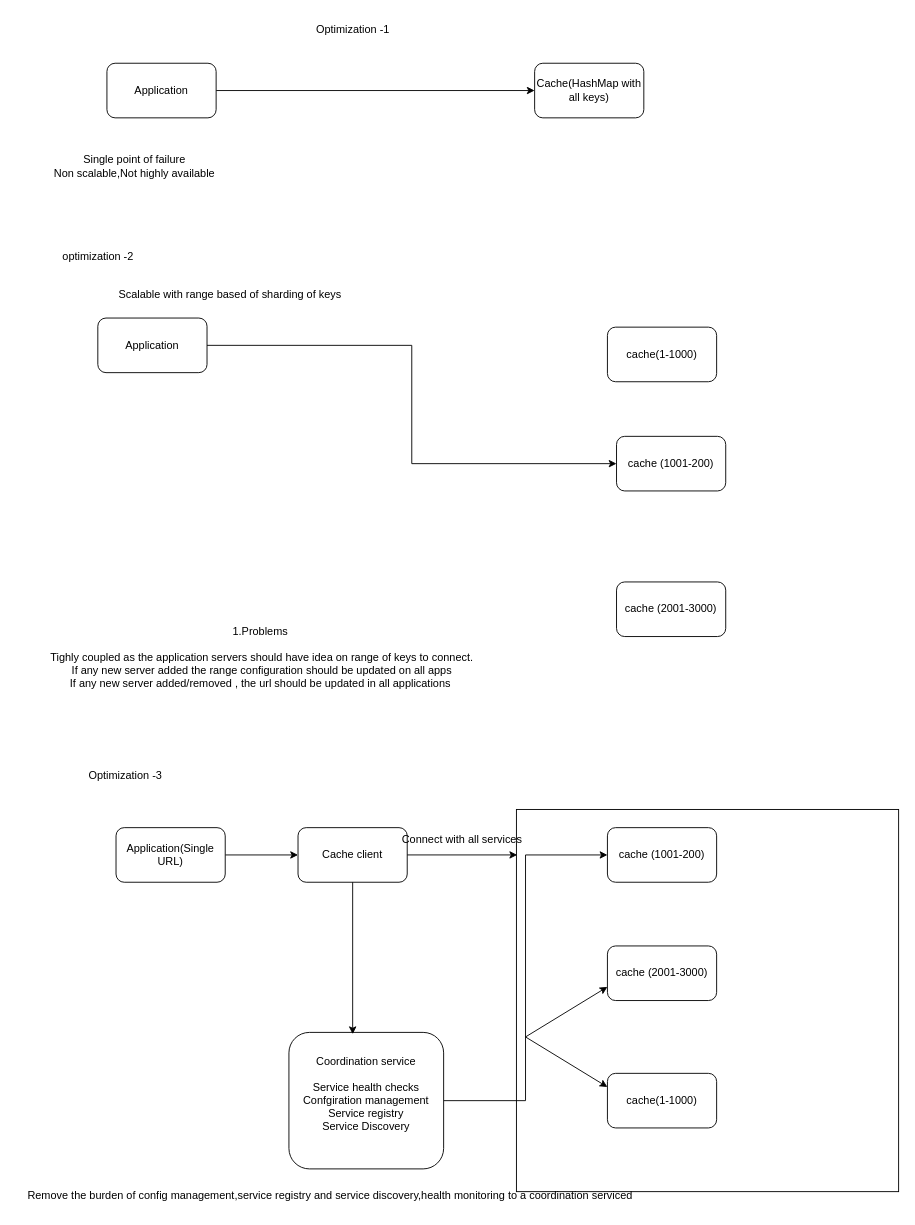
Earlier version of the draw.io diagram distributed/cache/Cache.drawio (vemarajusaikrishna/hld). Source tidied: cells renumbered, new cells numbered last; positions are measured from the earlier drawing's top-left corner, leaving out a move shared by most shapes. Both pictures are drawn from the tidied source at 91%, with x=0, y=0 at pixel (15, 15).
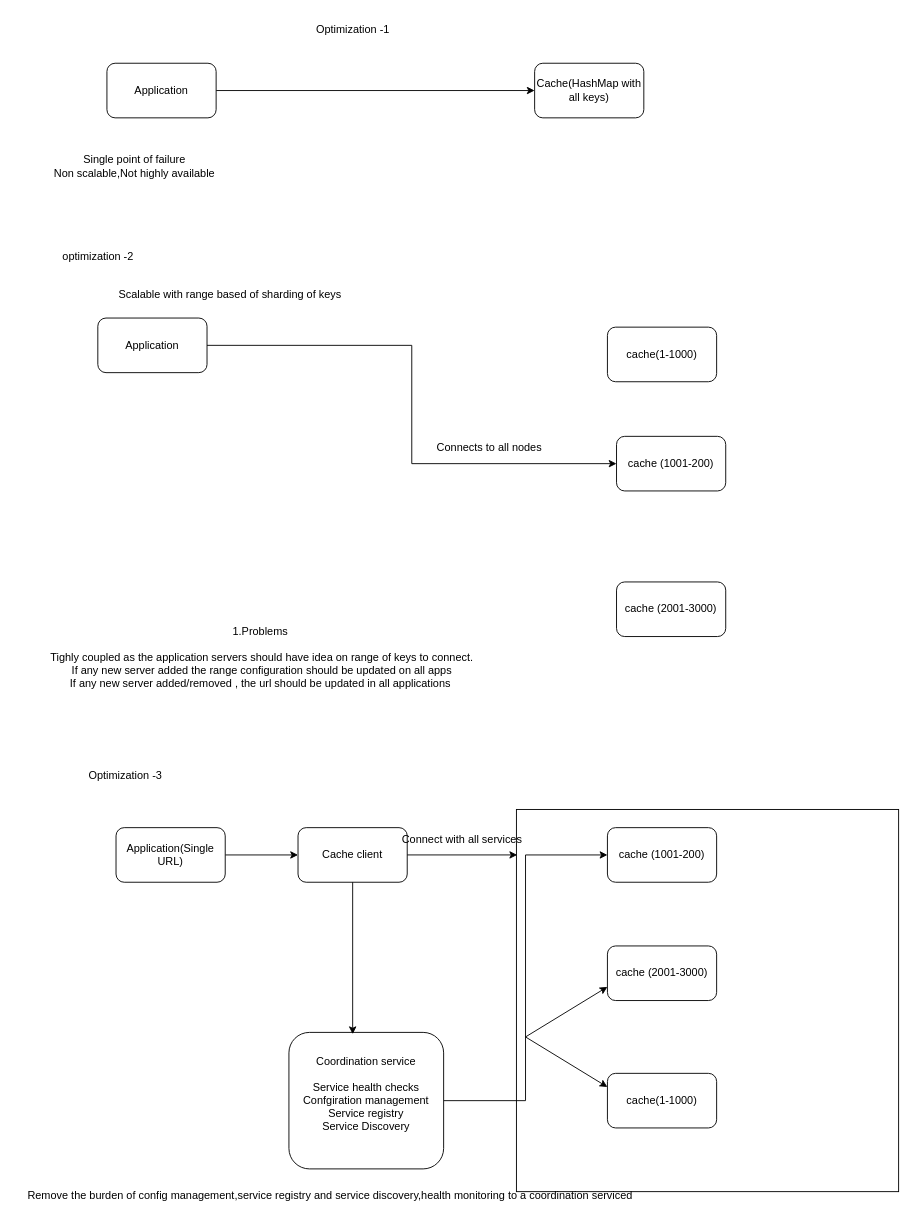
Above is the later version.

Change to the diagram source:
```diff
@@
+    <mxCell id="31" value="Connects to all nodes" style="text;html=1;align=center;verticalAlign=middle;strokeColor=none;fillColor=none;" parent="1" vertex="1">
+      <mxGeometry x="450" y="460" width="140" height="30" as="geometry" />
+    </mxCell>
```
